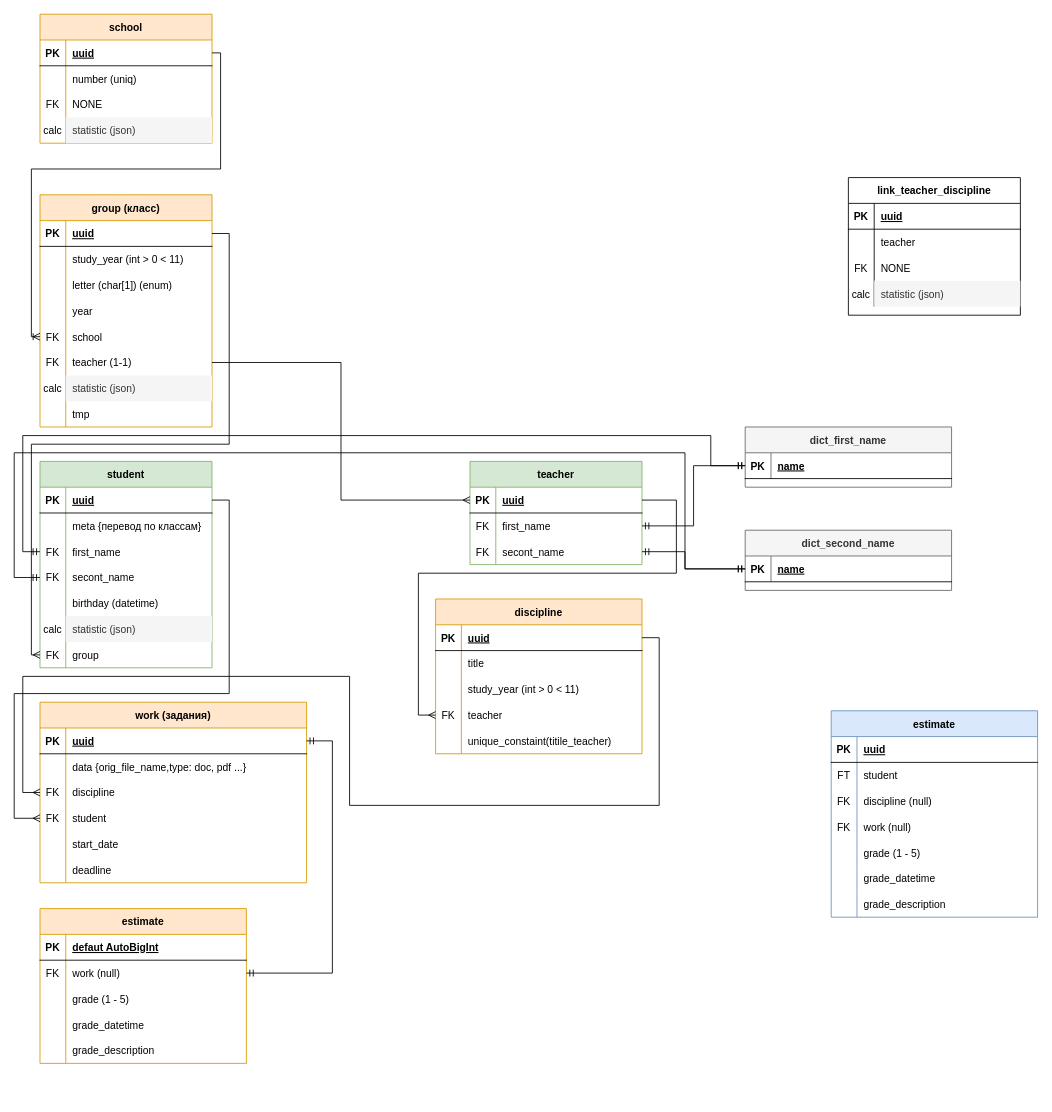
Earlier version of the draw.io diagram page "ER" (1 of 2) of sheme.drawio (sirif/wcdi-school-backend). Source tidied: cells renumbered, new cells numbered last; positions are measured from the earlier drawing's top-left corner, leaving out a move shared by most shapes. Both pictures are drawn from the tidied source at 86%, with x=0, y=0 at pixel (14, 14).
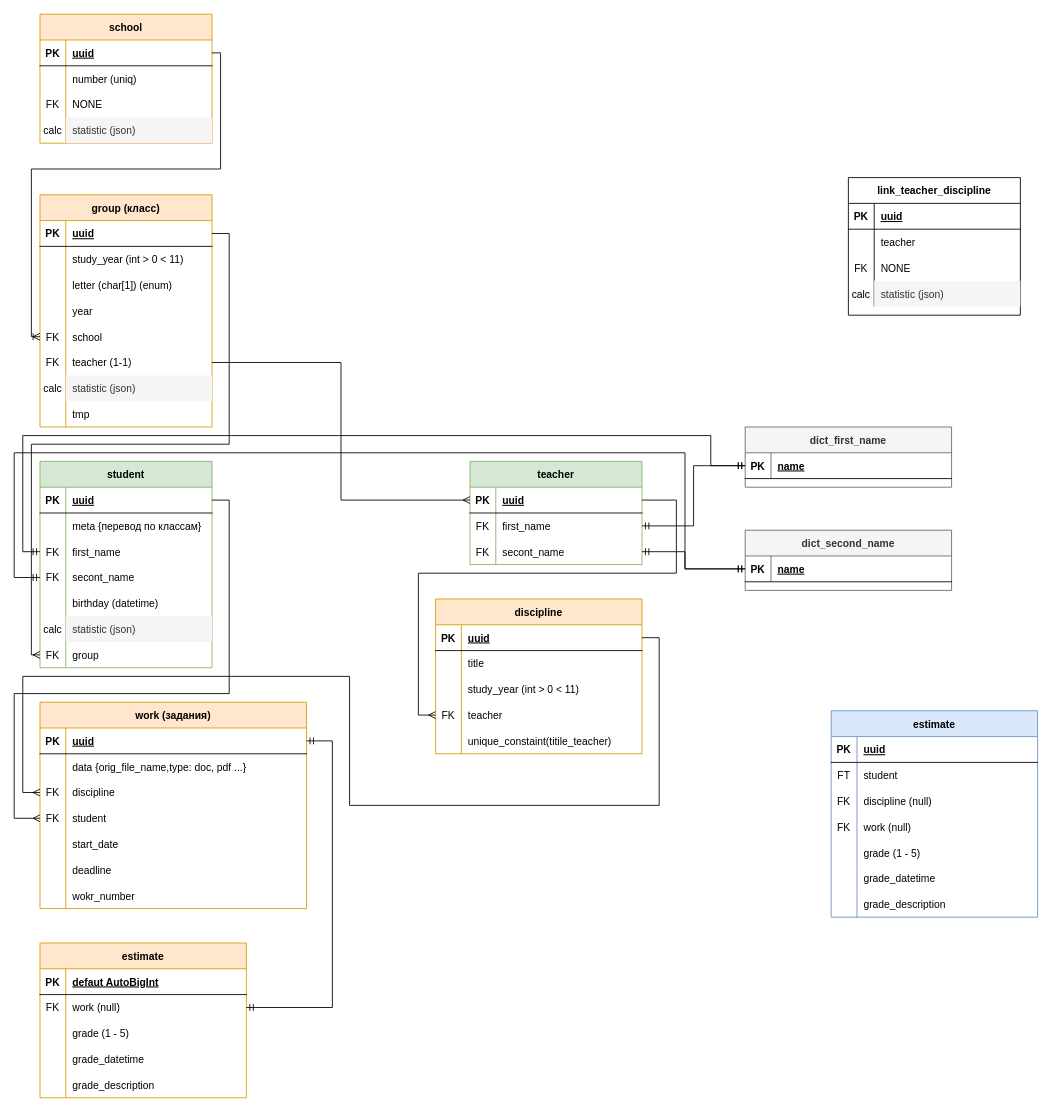
The same diagram, later.

The change refers to these unchanged cells:
```xml
<mxCell id="132" style="shape=tableRow;horizontal=0;startSize=0;swimlaneHead=0;swimlaneBody=0;fillColor=none;points=[[0,0.5],[1,0.5]];portConstraint=eastwest;top=0;left=0;right=0;bottom=1;" parent="131" vertex="1">
  <mxGeometry y="30" width="310" height="30" as="geometry" />
</mxCell>
<mxCell id="159" style="shape=tableRow;horizontal=0;startSize=0;swimlaneHead=0;swimlaneBody=0;fillColor=none;points=[[0,0.5],[1,0.5]];portConstraint=eastwest;top=0;left=0;right=0;bottom=0;" parent="155" vertex="1">
  <mxGeometry y="60" width="240" height="30" as="geometry" />
</mxCell>
```

Diff of the diagram source:
```diff
@@
     <mxCell id="131" value="work (задания)" style="shape=table;startSize=30;childLayout=tableLayout;rowLines=0;fontStyle=1;align=center;fillColor=#ffe6cc;strokeColor=#d79b00;" parent="1" vertex="1">
-      <mxGeometry x="30" y="800" width="310" height="210" as="geometry" />
+      <mxGeometry x="30" y="800" width="310" height="240" as="geometry" />
     </mxCell>
@@
+    <mxCell id="177" style="shape=tableRow;horizontal=0;startSize=0;swimlaneHead=0;swimlaneBody=0;fillColor=none;top=0;left=0;right=0;bottom=0;" parent="131" vertex="1">
+      <mxGeometry y="210" width="310" height="30" as="geometry" />
+    </mxCell>
+    <mxCell id="178" style="shape=partialRectangle;fillColor=none;top=0;left=0;bottom=0;right=0;overflow=hidden;" parent="177" vertex="1">
+      <mxGeometry width="30" height="30" as="geometry" />
+    </mxCell>
+    <mxCell id="179" value="wokr_number" style="shape=partialRectangle;fillColor=none;top=0;left=0;bottom=0;right=0;align=left;spacingLeft=6;overflow=hidden;" parent="177" vertex="1">
+      <mxGeometry x="30" width="280" height="30" as="geometry" />
+    </mxCell>
@@
     <mxCell id="155" value="estimate" style="shape=table;startSize=30;childLayout=tableLayout;rowLines=0;fontStyle=1;align=center;fillColor=#ffe6cc;strokeColor=#d79b00;" parent="1" vertex="1">
-      <mxGeometry x="30" y="1040" width="240" height="180" as="geometry" />
+      <mxGeometry x="30" y="1080" width="240" height="180" as="geometry" />
     </mxCell>
@@
     <mxCell id="176" style="edgeStyle=orthogonalEdgeStyle;rounded=0;jettySize=auto;html=1;startArrow=ERmandOne;startFill=0;endArrow=ERmandOne;endFill=0;entryX=1;entryY=0.5;entryDx=0;entryDy=0;exitX=1;exitY=0.5;exitDx=0;exitDy=0;" parent="1" edge="1" source="132" target="159">
       <mxGeometry relative="1" as="geometry">
         <Array as="points">
           <mxPoint x="370" y="845" />
-          <mxPoint x="370" y="1115" />
+          <mxPoint x="370" y="1155" />
         </Array>
       </mxGeometry>
     </mxCell>
```
